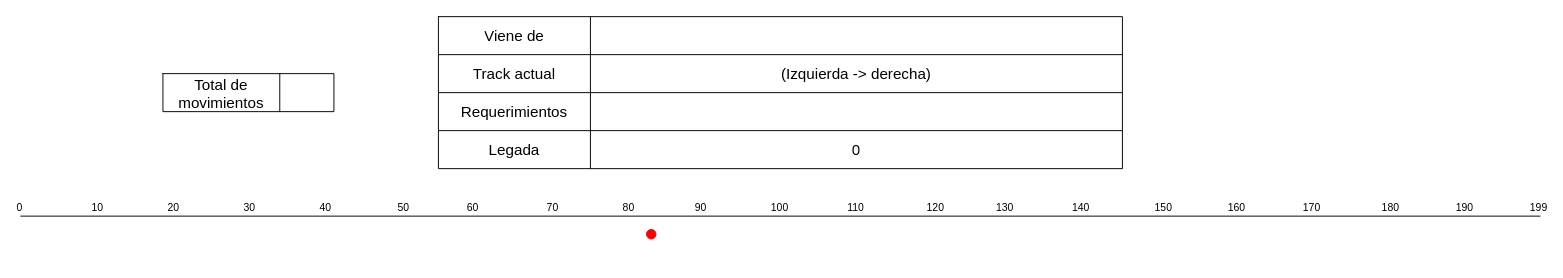
Before: 2do semestre/ISO/Prácticas/Prácticas resueltas/practica-6/ejercicio13/ejercicio13.drawio in Pedro0604/2do-LS-LI-API-ATIC, a draw.io diagram. Source tidied: cells renumbered, new cells numbered last; positions are measured from the earlier drawing's top-left corner, leaving out a move shared by most shapes. Both pictures are drawn from the tidied source at 95%, with x=0, y=0 at pixel (20, 16).
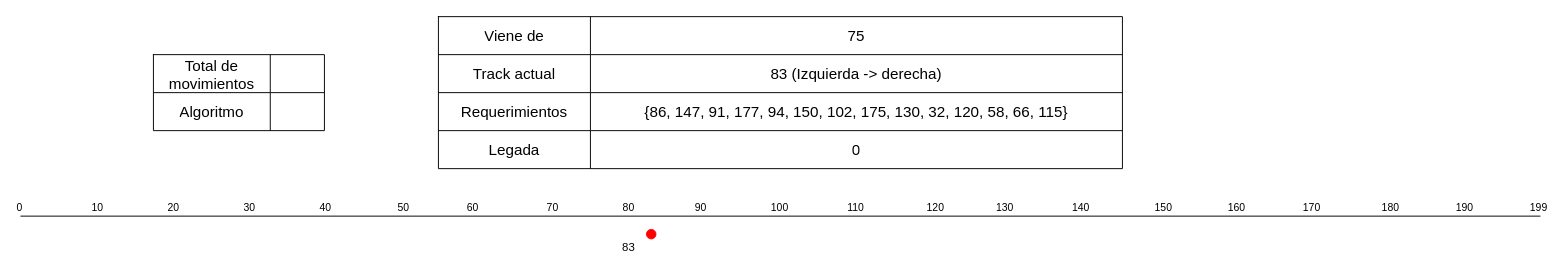
The same diagram, later.

Unchanged cells that the change refers to:
```xml
<mxCell id="26" style="shape=tableRow;horizontal=0;startSize=0;swimlaneHead=0;swimlaneBody=0;strokeColor=inherit;top=0;left=0;bottom=0;right=0;fillColor=none;fontSize=16;" parent="25" vertex="1">
  <mxGeometry width="720" height="40" as="geometry" />
</mxCell>
<mxCell id="29" style="shape=tableRow;horizontal=0;startSize=0;swimlaneHead=0;swimlaneBody=0;strokeColor=inherit;top=0;left=0;bottom=0;right=0;fillColor=none;fontSize=16;" parent="25" vertex="1">
  <mxGeometry y="40" width="720" height="40" as="geometry" />
</mxCell>
<mxCell id="32" style="shape=tableRow;horizontal=0;startSize=0;swimlaneHead=0;swimlaneBody=0;strokeColor=inherit;top=0;left=0;bottom=0;right=0;fillColor=none;fontSize=16;" parent="25" vertex="1">
  <mxGeometry y="80" width="720" height="40" as="geometry" />
</mxCell>
```

What changed in the source:
```diff
@@
-    <mxCell id="28" style="shape=partialRectangle;html=1;whiteSpace=wrap;strokeColor=inherit;overflow=hidden;fillColor=none;top=0;left=0;bottom=0;right=0;fontSize=16;" parent="26" vertex="1">
+    <mxCell id="28" value="75" style="shape=partialRectangle;html=1;whiteSpace=wrap;strokeColor=inherit;overflow=hidden;fillColor=none;top=0;left=0;bottom=0;right=0;fontSize=16;" parent="26" vertex="1">
       <mxGeometry x="160" width="560" height="40" as="geometry" />
     </mxCell>
@@
-    <mxCell id="31" value="(Izquierda -&amp;gt; derecha)" style="shape=partialRectangle;html=1;whiteSpace=wrap;strokeColor=inherit;overflow=hidden;fillColor=none;top=0;left=0;bottom=0;right=0;fontSize=16;" parent="29" vertex="1">
+    <mxCell id="31" value="83 (Izquierda -&amp;gt; derecha)" style="shape=partialRectangle;html=1;whiteSpace=wrap;strokeColor=inherit;overflow=hidden;fillColor=none;top=0;left=0;bottom=0;right=0;fontSize=16;" parent="29" vertex="1">
       <mxGeometry x="160" width="560" height="40" as="geometry" />
     </mxCell>
@@
-    <mxCell id="34" style="shape=partialRectangle;html=1;whiteSpace=wrap;strokeColor=inherit;overflow=hidden;fillColor=none;top=0;left=0;bottom=0;right=0;fontSize=16;verticalAlign=middle;labelPosition=center;verticalLabelPosition=middle;align=center;" parent="32" vertex="1">
+    <mxCell id="34" value="{86, 147, 91, 177, 94, 150, 102, 175, 130, 32, 120, 58, 66, 115}" style="shape=partialRectangle;html=1;whiteSpace=wrap;strokeColor=inherit;overflow=hidden;fillColor=none;top=0;left=0;bottom=0;right=0;fontSize=16;verticalAlign=middle;labelPosition=center;verticalLabelPosition=middle;align=center;" parent="32" vertex="1">
       <mxGeometry x="160" width="560" height="40" as="geometry" />
     </mxCell>
@@
-    <mxCell id="38" style="shape=table;startSize=0;childLayout=tableLayout;fontSize=16;" parent="1" vertex="1">
-      <mxGeometry x="150" y="60" width="180" height="40" as="geometry" />
-    </mxCell>
+    <mxCell id="42" value="83" style="text;html=1;align=center;verticalAlign=middle;strokeColor=none;fillColor=none;" parent="1" vertex="1">
+      <mxGeometry x="620" y="228" width="40" height="30" as="geometry" />
+    </mxCell>
+    <mxCell id="43" style="shape=table;startSize=0;childLayout=tableLayout;fontSize=16;" parent="1" vertex="1">
+      <mxGeometry x="140" y="40" width="180" height="80" as="geometry" />
+    </mxCell>
-    <mxCell id="39" style="shape=tableRow;horizontal=0;startSize=0;swimlaneHead=0;swimlaneBody=0;strokeColor=inherit;top=0;left=0;bottom=0;right=0;fillColor=none;fontSize=16;" parent="38" vertex="1">
+    <mxCell id="39" style="shape=tableRow;horizontal=0;startSize=0;swimlaneHead=0;swimlaneBody=0;strokeColor=inherit;top=0;left=0;bottom=0;right=0;fillColor=none;fontSize=16;" parent="43" vertex="1">
       <mxGeometry width="180" height="40" as="geometry" />
     </mxCell>
@@
-    <mxCell id="41" style="shape=partialRectangle;html=1;whiteSpace=wrap;strokeColor=inherit;overflow=hidden;fillColor=none;top=0;left=0;bottom=0;right=0;fontSize=16;" parent="39" vertex="1">
-      <mxGeometry x="123" width="57" height="40" as="geometry" />
-    </mxCell>
+    <mxCell id="44" style="shape=partialRectangle;html=1;whiteSpace=wrap;strokeColor=inherit;overflow=hidden;fillColor=none;top=0;left=0;bottom=0;right=0;fontSize=16;" parent="39" vertex="1">
+      <mxGeometry x="123" width="57" height="40" as="geometry" />
+    </mxCell>
+    <mxCell id="45" style="shape=tableRow;horizontal=0;startSize=0;swimlaneHead=0;swimlaneBody=0;strokeColor=inherit;top=0;left=0;bottom=0;right=0;fillColor=none;fontSize=16;" parent="43" vertex="1">
+      <mxGeometry y="40" width="180" height="40" as="geometry" />
+    </mxCell>
+    <mxCell id="46" value="Algoritmo" style="shape=partialRectangle;html=1;whiteSpace=wrap;strokeColor=inherit;overflow=hidden;fillColor=none;top=0;left=0;bottom=0;right=0;fontSize=16;" parent="45" vertex="1">
+      <mxGeometry width="123" height="40" as="geometry" />
+    </mxCell>
+    <mxCell id="47" style="shape=partialRectangle;html=1;whiteSpace=wrap;strokeColor=inherit;overflow=hidden;fillColor=none;top=0;left=0;bottom=0;right=0;fontSize=16;" parent="45" vertex="1">
+      <mxGeometry x="123" width="57" height="40" as="geometry" />
+    </mxCell>
```
